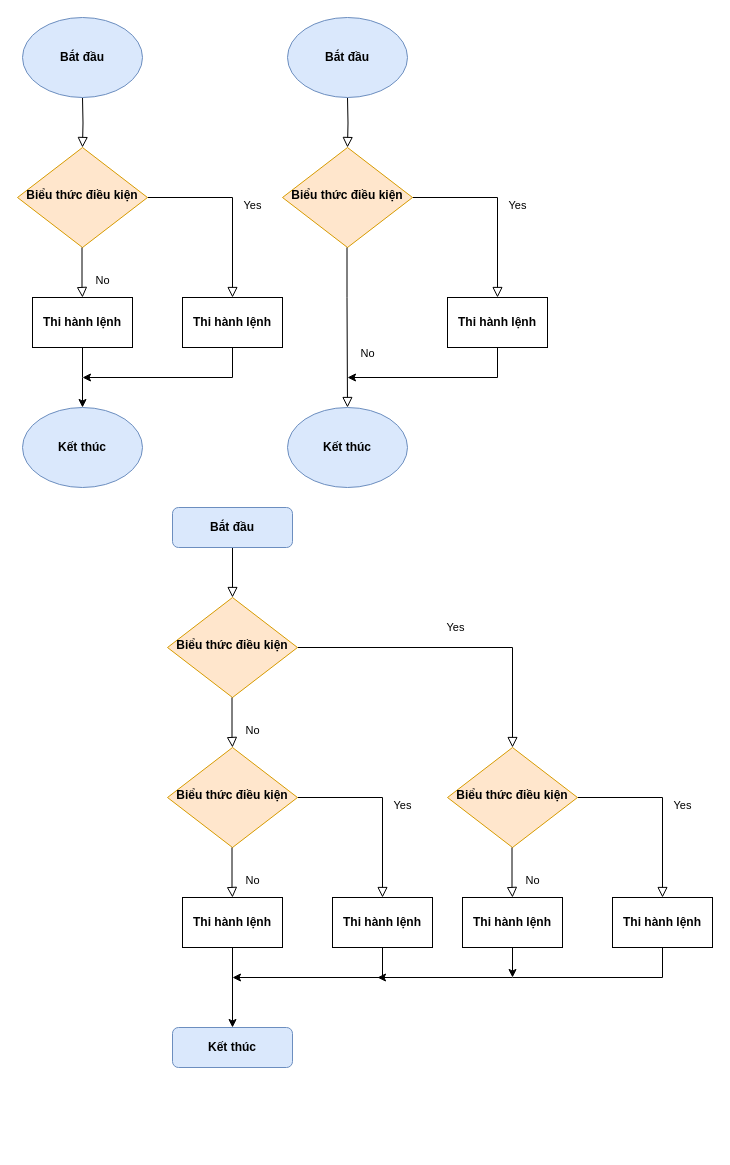
Earlier version of the draw.io diagram page "If" (2 of 3) of Flowcharts.drawio (Konan23/Basic-Flowcharts). Source tidied: cells renumbered, new cells numbered last; positions are measured from the earlier drawing's top-left corner, leaving out a move shared by most shapes. Both pictures are drawn from the tidied source at 100%, with x=0, y=0 at pixel (17, 17).
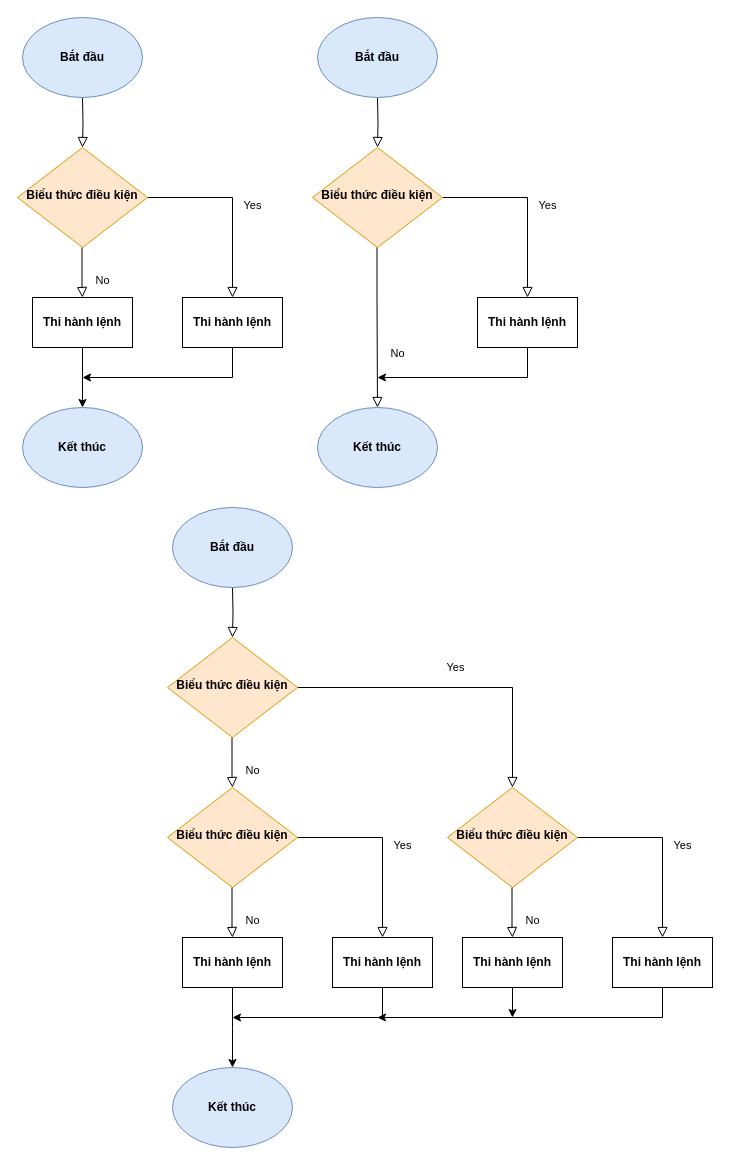
Above is the later version.

The edit, as a diff of the source:
```diff
@@
-    <mxCell id="10" style="rounded=0;html=1;jettySize=auto;fontSize=11;endArrow=block;endFill=0;endSize=8;strokeWidth=1;shadow=0;labelBackgroundColor=none;edgeStyle=orthogonalEdgeStyle;" parent="1" edge="1" source="11" target="13">
-      <mxGeometry relative="1" as="geometry" />
+    <mxCell id="10" style="rounded=0;html=1;jettySize=auto;fontSize=11;endArrow=block;endFill=0;endSize=8;strokeWidth=1;shadow=0;labelBackgroundColor=none;edgeStyle=orthogonalEdgeStyle;" parent="1" edge="1" target="13">
+      <mxGeometry relative="1" as="geometry">
+        <mxPoint x="215" y="570" as="sourcePoint" />
+      </mxGeometry>
     </mxCell>
-    <mxCell id="11" value="&lt;b&gt;Bắt đầu&lt;/b&gt;" style="rounded=1;whiteSpace=wrap;html=1;fontSize=12;glass=0;strokeWidth=1;shadow=0;fillColor=#dae8fc;strokeColor=#6c8ebf;fontFamily=Montserrat;FType=g;" parent="1" vertex="1">
-      <mxGeometry x="155" y="490" width="120" height="40" as="geometry" />
-    </mxCell>
     <mxCell id="12" value="Yes" style="rounded=0;html=1;jettySize=auto;fontSize=11;endArrow=block;endFill=0;endSize=8;strokeWidth=1;shadow=0;labelBackgroundColor=none;edgeStyle=orthogonalEdgeStyle;exitX=1;exitY=0.5;exitDx=0;exitDy=0;entryX=0.5;entryY=0;entryDx=0;entryDy=0;" parent="1" edge="1" source="13" target="24">
       <mxGeometry y="20" relative="1" as="geometry">
         <Array as="points">
-          <mxPoint x="495" y="630" />
+          <mxPoint x="495" y="670" />
         </Array>
       </mxGeometry>
     </mxCell>
     <mxCell id="13" value="Biểu thức điều kiện" style="rhombus;whiteSpace=wrap;html=1;shadow=0;fontFamily=Montserrat;fontSize=12;align=center;strokeWidth=1;spacing=6;spacingTop=-4;fillColor=#ffe6cc;strokeColor=#d79b00;fontStyle=1;" parent="1" vertex="1">
-      <mxGeometry x="150" y="580" width="130" height="100" as="geometry" />
+      <mxGeometry x="150" y="620" width="130" height="100" as="geometry" />
     </mxCell>
-    <mxCell id="14" value="Kết thúc" style="rounded=1;whiteSpace=wrap;html=1;fontSize=12;glass=0;strokeWidth=1;shadow=0;fillColor=#dae8fc;strokeColor=#6c8ebf;fontFamily=Montserrat;fontStyle=1;" parent="1" vertex="1">
-      <mxGeometry x="155" y="1010" width="120" height="40" as="geometry" />
-    </mxCell>
     <mxCell id="15" value="No" style="rounded=0;html=1;jettySize=auto;orthogonalLoop=1;fontSize=11;endArrow=block;endFill=0;endSize=8;strokeWidth=1;shadow=0;labelBackgroundColor=none;edgeStyle=orthogonalEdgeStyle;" parent="1" edge="1">
       <mxGeometry x="0.33" y="20" relative="1" as="geometry">
-        <mxPoint x="214.5" y="680" as="sourcePoint" />
-        <mxPoint x="215" y="730" as="targetPoint" />
+        <mxPoint x="214.5" y="720" as="sourcePoint" />
+        <mxPoint x="215" y="770" as="targetPoint" />
         <Array as="points">
-          <mxPoint x="215" y="720" />
-          <mxPoint x="215" y="720" />
+          <mxPoint x="215" y="760" />
+          <mxPoint x="215" y="760" />
         </Array>
       </mxGeometry>
     </mxCell>
     <mxCell id="16" value="Yes" style="rounded=0;html=1;jettySize=auto;fontSize=11;endArrow=block;endFill=0;endSize=8;strokeWidth=1;shadow=0;labelBackgroundColor=none;edgeStyle=orthogonalEdgeStyle;exitX=1;exitY=0.5;exitDx=0;exitDy=0;entryX=0.5;entryY=0;entryDx=0;entryDy=0;" parent="1" edge="1" source="17" target="20">
       <mxGeometry y="20" relative="1" as="geometry">
         <Array as="points">
-          <mxPoint x="365" y="780" />
+          <mxPoint x="365" y="820" />
         </Array>
       </mxGeometry>
     </mxCell>
     <mxCell id="17" value="Biểu thức điều kiện" style="rhombus;whiteSpace=wrap;html=1;shadow=0;fontFamily=Montserrat;fontSize=12;align=center;strokeWidth=1;spacing=6;spacingTop=-4;fillColor=#ffe6cc;strokeColor=#d79b00;fontStyle=1;" parent="1" vertex="1">
-      <mxGeometry x="150" y="730" width="130" height="100" as="geometry" />
+      <mxGeometry x="150" y="770" width="130" height="100" as="geometry" />
     </mxCell>
     <mxCell id="18" value="No" style="rounded=0;html=1;jettySize=auto;orthogonalLoop=1;fontSize=11;endArrow=block;endFill=0;endSize=8;strokeWidth=1;shadow=0;labelBackgroundColor=none;edgeStyle=orthogonalEdgeStyle;" parent="1" edge="1">
       <mxGeometry x="0.33" y="20" relative="1" as="geometry">
-        <mxPoint x="214.5" y="830" as="sourcePoint" />
-        <mxPoint x="215" y="880" as="targetPoint" />
+        <mxPoint x="214.5" y="870" as="sourcePoint" />
+        <mxPoint x="215" y="920" as="targetPoint" />
         <Array as="points">
-          <mxPoint x="215" y="870" />
-          <mxPoint x="215" y="870" />
+          <mxPoint x="215" y="910" />
+          <mxPoint x="215" y="910" />
         </Array>
       </mxGeometry>
     </mxCell>
     <mxCell id="19" style="edgeStyle=orthogonalEdgeStyle;rounded=0;jettySize=auto;html=1;exitX=0.5;exitY=1;exitDx=0;exitDy=0;" parent="1" edge="1" source="20">
       <mxGeometry relative="1" as="geometry">
-        <mxPoint x="215" y="960" as="targetPoint" />
+        <mxPoint x="215" y="1000" as="targetPoint" />
         <Array as="points">
-          <mxPoint x="365" y="960" />
-          <mxPoint x="215" y="960" />
+          <mxPoint x="365" y="1000" />
+          <mxPoint x="215" y="1000" />
         </Array>
       </mxGeometry>
     </mxCell>
     <mxCell id="20" value="Thi hành lệnh" style="rounded=0;whiteSpace=wrap;html=1;fontFamily=Montserrat;fontStyle=1;" parent="1" vertex="1">
-      <mxGeometry x="315" y="880" width="100" height="50" as="geometry" />
+      <mxGeometry x="315" y="920" width="100" height="50" as="geometry" />
     </mxCell>
-    <mxCell id="21" style="edgeStyle=orthogonalEdgeStyle;rounded=0;jettySize=auto;html=1;entryX=0.5;entryY=0;entryDx=0;entryDy=0;" parent="1" edge="1" source="22" target="14">
-      <mxGeometry relative="1" as="geometry" />
+    <mxCell id="21" style="edgeStyle=orthogonalEdgeStyle;rounded=0;jettySize=auto;html=1;entryX=0.5;entryY=0;entryDx=0;entryDy=0;" parent="1" edge="1" source="22">
+      <mxGeometry relative="1" as="geometry">
+        <mxPoint x="215" y="1050" as="targetPoint" />
+      </mxGeometry>
     </mxCell>
     <mxCell id="22" value="Thi hành lệnh" style="rounded=0;whiteSpace=wrap;html=1;fontFamily=Montserrat;fontStyle=1;" parent="1" vertex="1">
-      <mxGeometry x="165" y="880" width="100" height="50" as="geometry" />
+      <mxGeometry x="165" y="920" width="100" height="50" as="geometry" />
     </mxCell>
     <mxCell id="23" value="Yes" style="rounded=0;html=1;jettySize=auto;fontSize=11;endArrow=block;endFill=0;endSize=8;strokeWidth=1;shadow=0;labelBackgroundColor=none;edgeStyle=orthogonalEdgeStyle;exitX=1;exitY=0.5;exitDx=0;exitDy=0;entryX=0.5;entryY=0;entryDx=0;entryDy=0;" parent="1" edge="1" source="24" target="27">
       <mxGeometry y="20" relative="1" as="geometry">
         <Array as="points">
-          <mxPoint x="645" y="780" />
+          <mxPoint x="645" y="820" />
         </Array>
       </mxGeometry>
     </mxCell>
     <mxCell id="24" value="Biểu thức điều kiện" style="rhombus;whiteSpace=wrap;html=1;shadow=0;fontFamily=Montserrat;fontSize=12;align=center;strokeWidth=1;spacing=6;spacingTop=-4;fillColor=#ffe6cc;strokeColor=#d79b00;fontStyle=1;" parent="1" vertex="1">
-      <mxGeometry x="430" y="730" width="130" height="100" as="geometry" />
+      <mxGeometry x="430" y="770" width="130" height="100" as="geometry" />
     </mxCell>
     <mxCell id="25" value="No" style="rounded=0;html=1;jettySize=auto;orthogonalLoop=1;fontSize=11;endArrow=block;endFill=0;endSize=8;strokeWidth=1;shadow=0;labelBackgroundColor=none;edgeStyle=orthogonalEdgeStyle;" parent="1" edge="1">
       <mxGeometry x="0.33" y="20" relative="1" as="geometry">
-        <mxPoint x="494.5" y="830" as="sourcePoint" />
-        <mxPoint x="495" y="880" as="targetPoint" />
+        <mxPoint x="494.5" y="870" as="sourcePoint" />
+        <mxPoint x="495" y="920" as="targetPoint" />
         <Array as="points">
-          <mxPoint x="495" y="870" />
-          <mxPoint x="495" y="870" />
+          <mxPoint x="495" y="910" />
+          <mxPoint x="495" y="910" />
         </Array>
       </mxGeometry>
     </mxCell>
     <mxCell id="26" style="edgeStyle=orthogonalEdgeStyle;rounded=0;jettySize=auto;html=1;exitX=0.5;exitY=1;exitDx=0;exitDy=0;" parent="1" edge="1" source="27">
       <mxGeometry relative="1" as="geometry">
-        <mxPoint x="360" y="960" as="targetPoint" />
+        <mxPoint x="360" y="1000" as="targetPoint" />
         <Array as="points">
-          <mxPoint x="645" y="960" />
-          <mxPoint x="495" y="960" />
+          <mxPoint x="645" y="1000" />
+          <mxPoint x="495" y="1000" />
         </Array>
       </mxGeometry>
     </mxCell>
     <mxCell id="27" value="Thi hành lệnh" style="rounded=0;whiteSpace=wrap;html=1;fontFamily=Montserrat;fontStyle=1;" parent="1" vertex="1">
-      <mxGeometry x="595" y="880" width="100" height="50" as="geometry" />
+      <mxGeometry x="595" y="920" width="100" height="50" as="geometry" />
     </mxCell>
     <mxCell id="28" style="edgeStyle=orthogonalEdgeStyle;rounded=0;jettySize=auto;html=1;exitX=0.5;exitY=1;exitDx=0;exitDy=0;" parent="1" edge="1" source="29">
       <mxGeometry relative="1" as="geometry">
-        <mxPoint x="495" y="960" as="targetPoint" />
+        <mxPoint x="495" y="1000" as="targetPoint" />
       </mxGeometry>
     </mxCell>
     <mxCell id="29" value="Thi hành lệnh" style="rounded=0;whiteSpace=wrap;html=1;fontFamily=Montserrat;fontStyle=1;" parent="1" vertex="1">
-      <mxGeometry x="445" y="880" width="100" height="50" as="geometry" />
+      <mxGeometry x="445" y="920" width="100" height="50" as="geometry" />
     </mxCell>
     <mxCell id="30" style="rounded=0;html=1;jettySize=auto;fontSize=11;endArrow=block;endFill=0;endSize=8;strokeWidth=1;shadow=0;labelBackgroundColor=none;edgeStyle=orthogonalEdgeStyle;" parent="1" edge="1" target="32">
       <mxGeometry relative="1" as="geometry">
-        <mxPoint x="330" y="80" as="sourcePoint" />
+        <mxPoint x="360" y="80" as="sourcePoint" />
       </mxGeometry>
     </mxCell>
     <mxCell id="31" value="Yes" style="rounded=0;html=1;jettySize=auto;fontSize=11;endArrow=block;endFill=0;endSize=8;strokeWidth=1;shadow=0;labelBackgroundColor=none;edgeStyle=orthogonalEdgeStyle;exitX=1;exitY=0.5;exitDx=0;exitDy=0;entryX=0.5;entryY=0;entryDx=0;entryDy=0;" parent="1" edge="1" source="32" target="35">
       <mxGeometry y="20" relative="1" as="geometry">
         <Array as="points">
-          <mxPoint x="480" y="180" />
+          <mxPoint x="510" y="180" />
         </Array>
       </mxGeometry>
     </mxCell>
     <mxCell id="32" value="Biểu thức điều kiện" style="rhombus;whiteSpace=wrap;html=1;shadow=0;fontFamily=Montserrat;fontSize=12;align=center;strokeWidth=1;spacing=6;spacingTop=-4;fillColor=#ffe6cc;strokeColor=#d79b00;fontStyle=1;" parent="1" vertex="1">
-      <mxGeometry x="265" y="130" width="130" height="100" as="geometry" />
+      <mxGeometry x="295" y="130" width="130" height="100" as="geometry" />
     </mxCell>
     <mxCell id="33" value="No" style="rounded=0;html=1;jettySize=auto;orthogonalLoop=1;fontSize=11;endArrow=block;endFill=0;endSize=8;strokeWidth=1;shadow=0;labelBackgroundColor=none;edgeStyle=orthogonalEdgeStyle;entryX=0.5;entryY=0;entryDx=0;entryDy=0;" parent="1" edge="1">
       <mxGeometry x="0.33" y="20" relative="1" as="geometry">
-        <mxPoint x="329.5" y="230" as="sourcePoint" />
-        <mxPoint x="330" y="390" as="targetPoint" />
+        <mxPoint x="359.5" y="230" as="sourcePoint" />
+        <mxPoint x="360" y="390" as="targetPoint" />
         <Array as="points">
-          <mxPoint x="330" y="280" />
-          <mxPoint x="330" y="280" />
+          <mxPoint x="360" y="280" />
+          <mxPoint x="360" y="280" />
         </Array>
       </mxGeometry>
     </mxCell>
     <mxCell id="34" style="edgeStyle=orthogonalEdgeStyle;rounded=0;jettySize=auto;html=1;exitX=0.5;exitY=1;exitDx=0;exitDy=0;" parent="1" edge="1" source="35">
       <mxGeometry relative="1" as="geometry">
-        <mxPoint x="330" y="360" as="targetPoint" />
+        <mxPoint x="360" y="360" as="targetPoint" />
         <Array as="points">
-          <mxPoint x="480" y="360" />
-          <mxPoint x="330" y="360" />
+          <mxPoint x="510" y="360" />
+          <mxPoint x="360" y="360" />
         </Array>
       </mxGeometry>
     </mxCell>
     <mxCell id="35" value="Thi hành lệnh" style="rounded=0;whiteSpace=wrap;html=1;fontFamily=Montserrat;fontStyle=1;" parent="1" vertex="1">
-      <mxGeometry x="430" y="280" width="100" height="50" as="geometry" />
+      <mxGeometry x="460" y="280" width="100" height="50" as="geometry" />
     </mxCell>
@@
     <mxCell id="38" value="Bắt đầu" style="ellipse;whiteSpace=wrap;html=1;fontFamily=Montserrat;fillColor=#dae8fc;strokeColor=#6c8ebf;fontStyle=1;" parent="1" vertex="1">
-      <mxGeometry x="270" width="120" height="80" as="geometry" />
+      <mxGeometry x="300" width="120" height="80" as="geometry" />
     </mxCell>
     <mxCell id="39" value="Kết thúc" style="ellipse;whiteSpace=wrap;html=1;fontFamily=Montserrat;fontStyle=1;fillColor=#dae8fc;strokeColor=#6c8ebf;" parent="1" vertex="1">
-      <mxGeometry x="270" y="390" width="120" height="80" as="geometry" />
+      <mxGeometry x="300" y="390" width="120" height="80" as="geometry" />
     </mxCell>
+    <mxCell id="11" value="Bắt đầu" style="ellipse;whiteSpace=wrap;html=1;fontFamily=Montserrat;fillColor=#dae8fc;strokeColor=#6c8ebf;fontStyle=1;" parent="1" vertex="1">
+      <mxGeometry x="155" y="490" width="120" height="80" as="geometry" />
+    </mxCell>
+    <mxCell id="14" value="Kết thúc" style="ellipse;whiteSpace=wrap;html=1;fontFamily=Montserrat;fontStyle=1;fillColor=#dae8fc;strokeColor=#6c8ebf;" parent="1" vertex="1">
+      <mxGeometry x="155" y="1050" width="120" height="80" as="geometry" />
+    </mxCell>
```
